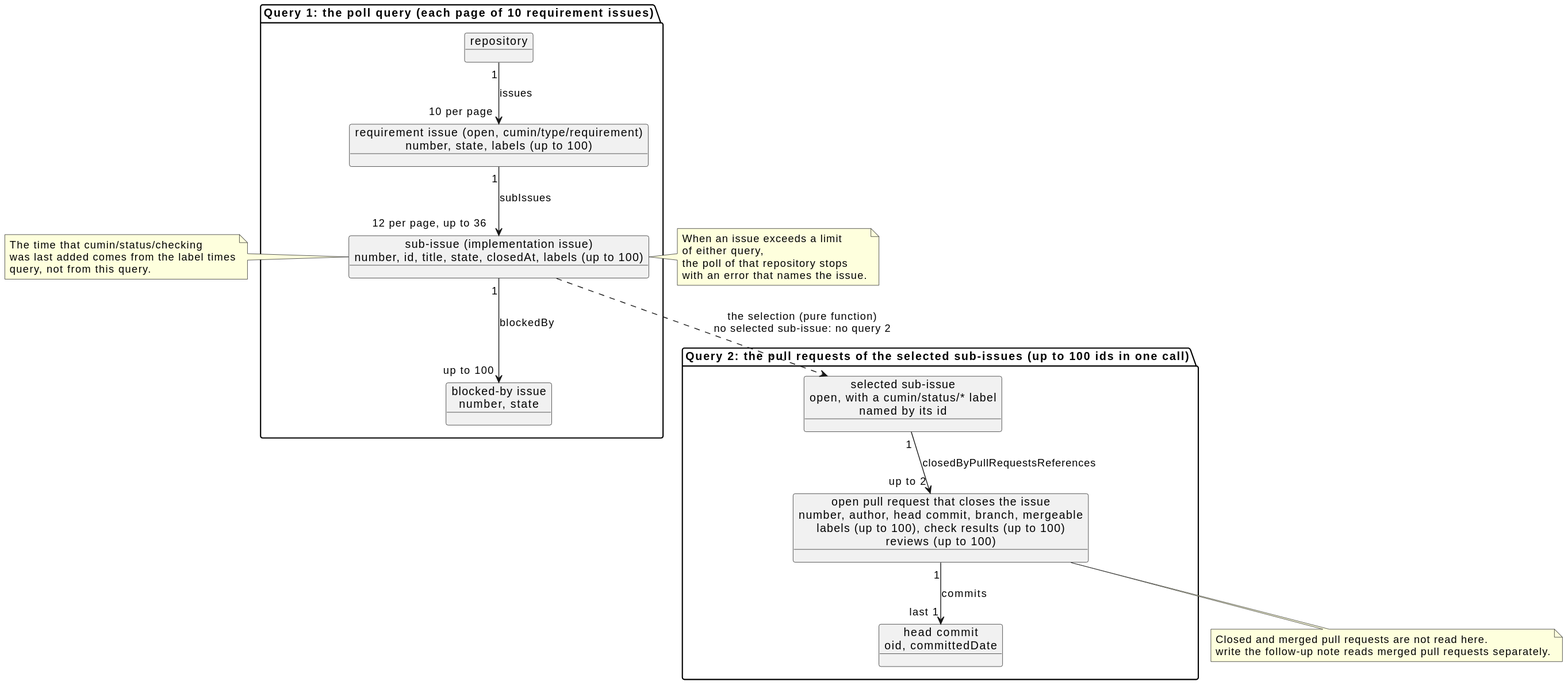
This is docs/ja/designs/poll-snapshot.svg from cloveclovedev/cumin-works, a PlantUML export, as it was before one commit.
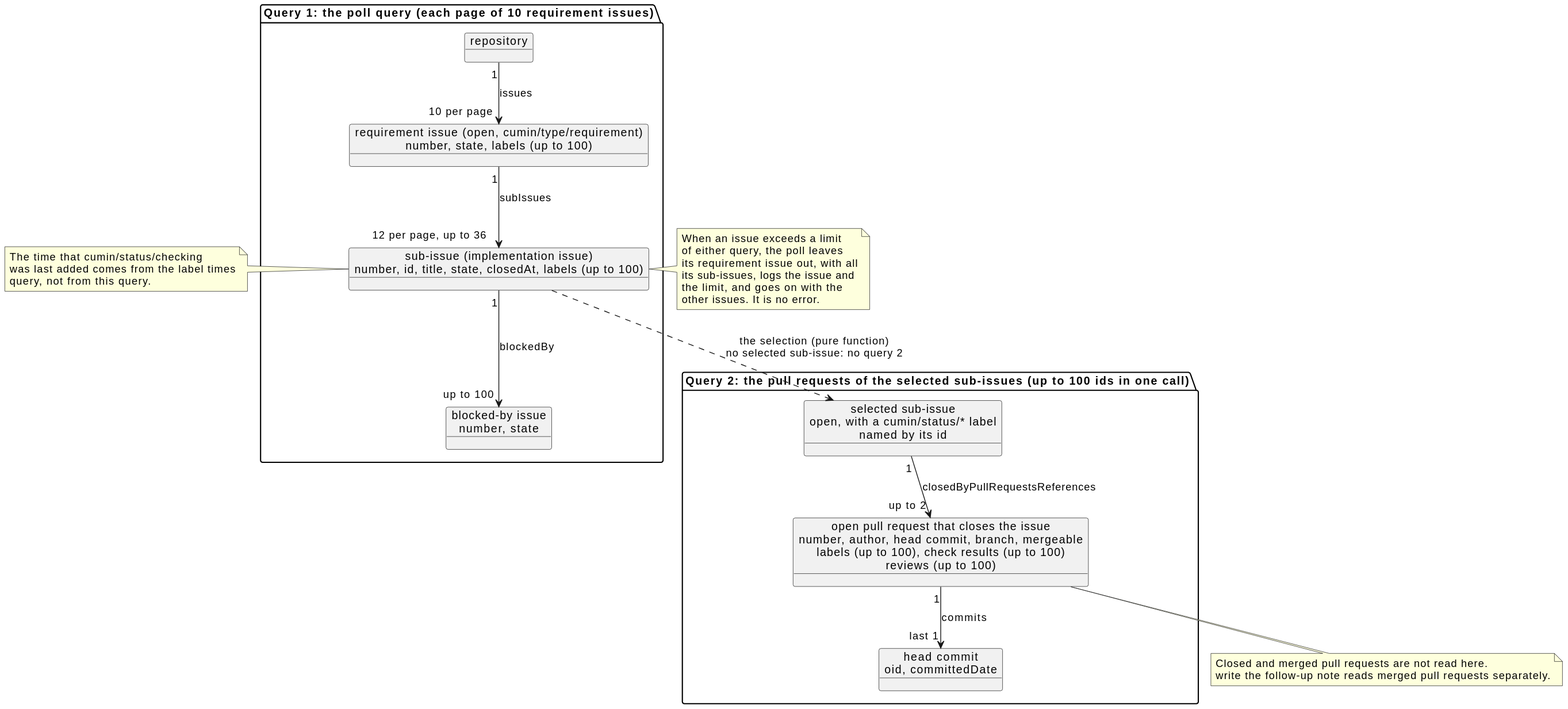
After the change.

Commit message:
feat(workflow): go on with the poll when cumin cannot read one issue in full (#638)

What changed in the source:
```diff
@@ -32,8 +32,10 @@
 end note
 note right of sub
   When an issue exceeds a limit
-  of either query,
-  the poll of that repository stops
-  with an error that names the issue.
+  of either query, the poll leaves
+  its requirement issue out, with all
+  its sub-issues, logs the issue and
+  the limit, and goes on with the
+  other issues. It is no error.
 end note
 @enduml
```
